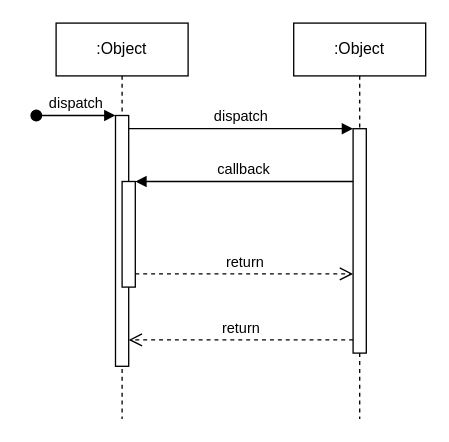
Earlier version of the draw.io diagram Diagrama sem nome.drawio (R0bertMC/diagramas_de_sequencia). Source tidied: cells renumbered, new cells numbered last; positions are measured from the earlier drawing's top-left corner, leaving out a move shared by most shapes. Both pictures are drawn from the tidied source at 132%, with x=0, y=0 at pixel (36, 22).
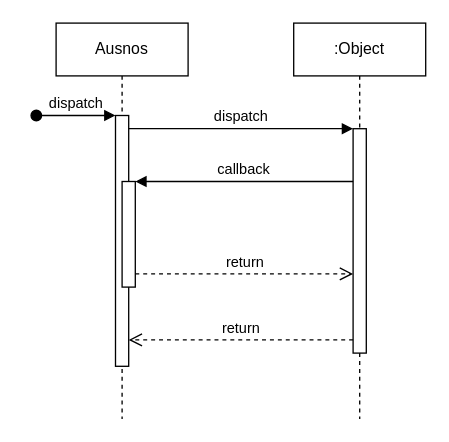
Above is the later version.

The edit, as a diff of the source:
```diff
@@
 <mxGraphModel>
   <root>
     <mxCell id="0" />
     <mxCell id="1" parent="0" />
-    <mxCell id="2" value=":Object" style="shape=umlLifeline;perimeter=lifelinePerimeter;whiteSpace=wrap;html=1;newEdgeStyle={&quot;edgeStyle&quot;:&quot;elbowEdgeStyle&quot;,&quot;elbow&quot;:&quot;vertical&quot;,&quot;curved&quot;:0,&quot;rounded&quot;:0};" parent="1" vertex="1">
+    <mxCell id="2" value="Ausnos" style="shape=umlLifeline;perimeter=lifelinePerimeter;whiteSpace=wrap;html=1;newEdgeStyle={&quot;edgeStyle&quot;:&quot;elbowEdgeStyle&quot;,&quot;elbow&quot;:&quot;vertical&quot;,&quot;curved&quot;:0,&quot;rounded&quot;:0};" parent="1" vertex="1">
       <mxGeometry x="15" width="100" height="300" as="geometry" />
     </mxCell>
     <mxCell id="3" style="html=1;points=[];perimeter=orthogonalPerimeter;outlineConnect=0;targetShapes=umlLifeline;portConstraint=eastwest;newEdgeStyle={&quot;edgeStyle&quot;:&quot;elbowEdgeStyle&quot;,&quot;elbow&quot;:&quot;vertical&quot;,&quot;curved&quot;:0,&quot;rounded&quot;:0};" parent="2" vertex="1">
       <mxGeometry x="45" y="70" width="10" height="190" as="geometry" />
     </mxCell>
     <mxCell id="4" value="dispatch" style="html=1;verticalAlign=bottom;startArrow=oval;endArrow=block;startSize=8;edgeStyle=elbowEdgeStyle;elbow=vertical;curved=0;rounded=0;" parent="2" edge="1" target="3">
       <mxGeometry relative="1" as="geometry">
         <mxPoint x="-15" y="70" as="sourcePoint" />
       </mxGeometry>
     </mxCell>
     <mxCell id="5" style="html=1;points=[];perimeter=orthogonalPerimeter;outlineConnect=0;targetShapes=umlLifeline;portConstraint=eastwest;newEdgeStyle={&quot;edgeStyle&quot;:&quot;elbowEdgeStyle&quot;,&quot;elbow&quot;:&quot;vertical&quot;,&quot;curved&quot;:0,&quot;rounded&quot;:0};" parent="2" vertex="1">
       <mxGeometry x="50" y="120" width="10" height="80" as="geometry" />
     </mxCell>
     <mxCell id="6" value=":Object" style="shape=umlLifeline;perimeter=lifelinePerimeter;whiteSpace=wrap;html=1;newEdgeStyle={&quot;edgeStyle&quot;:&quot;elbowEdgeStyle&quot;,&quot;elbow&quot;:&quot;vertical&quot;,&quot;curved&quot;:0,&quot;rounded&quot;:0};" parent="1" vertex="1">
       <mxGeometry x="195" width="100" height="300" as="geometry" />
     </mxCell>
     <mxCell id="7" style="html=1;points=[];perimeter=orthogonalPerimeter;outlineConnect=0;targetShapes=umlLifeline;portConstraint=eastwest;newEdgeStyle={&quot;edgeStyle&quot;:&quot;elbowEdgeStyle&quot;,&quot;elbow&quot;:&quot;vertical&quot;,&quot;curved&quot;:0,&quot;rounded&quot;:0};" parent="6" vertex="1">
       <mxGeometry x="45" y="80" width="10" height="170" as="geometry" />
     </mxCell>
     <mxCell id="8" value="dispatch" style="html=1;verticalAlign=bottom;endArrow=block;edgeStyle=elbowEdgeStyle;elbow=vertical;curved=0;rounded=0;" parent="1" edge="1" source="3" target="7">
       <mxGeometry relative="1" as="geometry">
         <Array as="points">
           <mxPoint x="155" y="80" />
         </Array>
       </mxGeometry>
     </mxCell>
     <mxCell id="9" value="return" style="html=1;verticalAlign=bottom;endArrow=open;dashed=1;endSize=8;edgeStyle=elbowEdgeStyle;elbow=vertical;curved=0;rounded=0;" parent="1" edge="1" source="7" target="3">
       <mxGeometry relative="1" as="geometry">
         <Array as="points">
           <mxPoint x="165" y="240" />
         </Array>
       </mxGeometry>
     </mxCell>
     <mxCell id="10" value="callback" style="html=1;verticalAlign=bottom;endArrow=block;edgeStyle=elbowEdgeStyle;elbow=vertical;curved=0;rounded=0;" parent="1" edge="1" source="7" target="5">
       <mxGeometry relative="1" as="geometry">
         <Array as="points">
           <mxPoint x="165" y="120" />
         </Array>
       </mxGeometry>
     </mxCell>
     <mxCell id="11" value="return" style="html=1;verticalAlign=bottom;endArrow=open;dashed=1;endSize=8;edgeStyle=elbowEdgeStyle;elbow=vertical;curved=0;rounded=0;" parent="1" edge="1" source="5" target="7">
       <mxGeometry relative="1" as="geometry">
         <Array as="points">
           <mxPoint x="155" y="190" />
         </Array>
       </mxGeometry>
     </mxCell>
   </root>
 </mxGraphModel>
```
